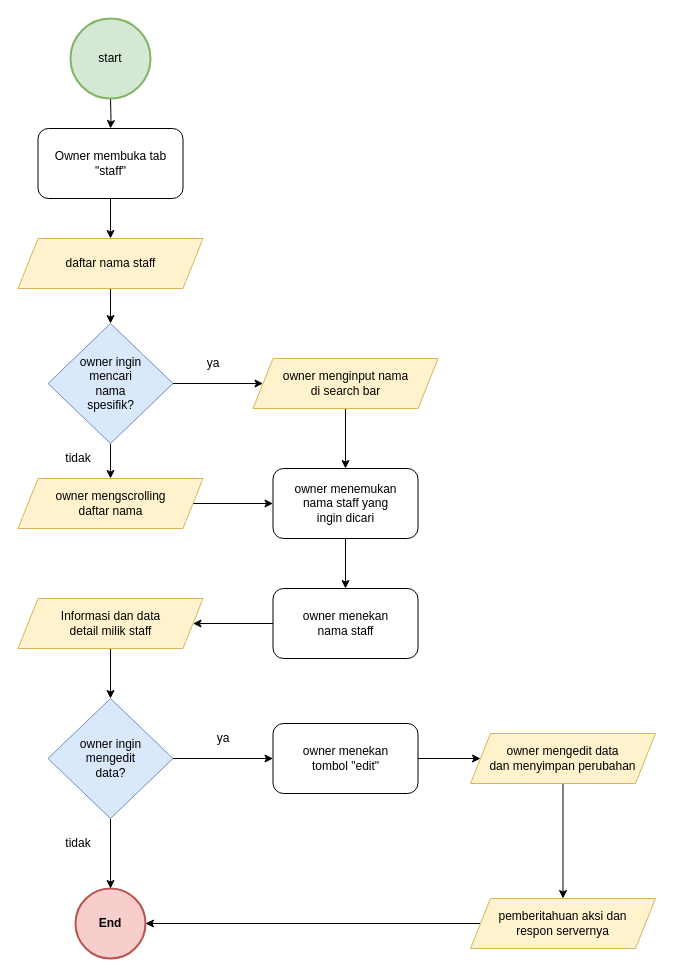
Above: diagrams/user_flow/owner_lihat_edit_data_staff.drawio in SynergyStudioBandung/synergy_studio_docs (draw.io), before the change. Source tidied: cells renumbered, new cells numbered last; positions are measured from the earlier drawing's top-left corner, leaving out a move shared by most shapes. Both pictures are drawn from the tidied source at 100%, with x=0, y=0 at pixel (18, 18).
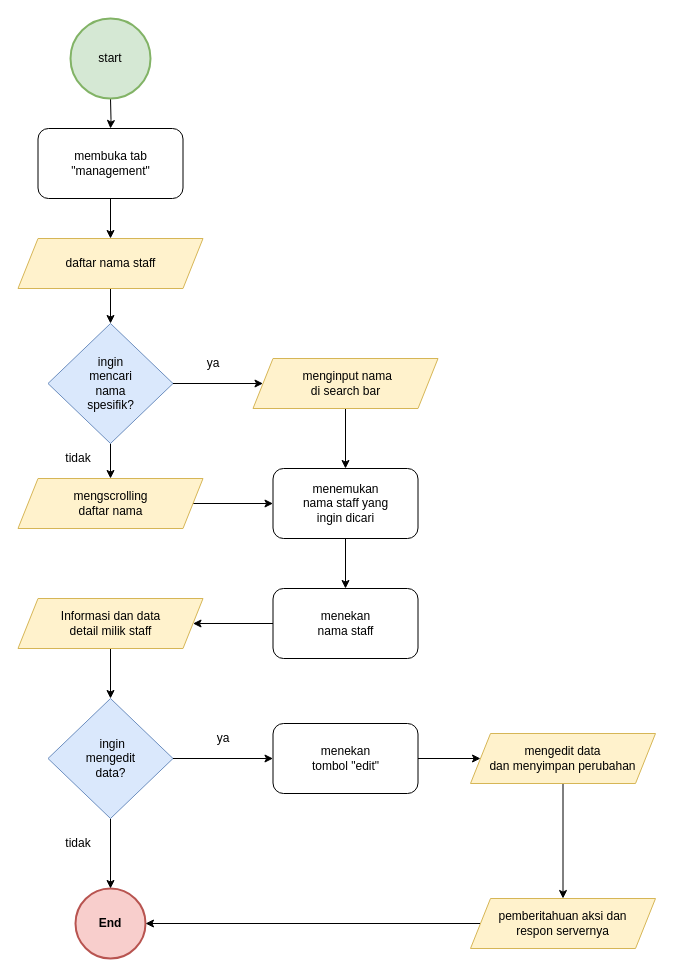
Above is the later version.

The edit, as a diff of the source:
```diff
@@
-    <mxCell id="6" value="owner ingin&lt;br&gt;mencari&lt;br&gt;nama&lt;br&gt;spesifik?" style="rhombus;whiteSpace=wrap;html=1;fillColor=#dae8fc;strokeColor=#6c8ebf;" parent="1" vertex="1">
+    <mxCell id="6" value="ingin&lt;br&gt;mencari&lt;br&gt;nama&lt;br&gt;spesifik?" style="rhombus;whiteSpace=wrap;html=1;fillColor=#dae8fc;strokeColor=#6c8ebf;" parent="1" vertex="1">
       <mxGeometry x="29.5" y="305" width="125" height="120" as="geometry" />
     </mxCell>
@@
-    <mxCell id="8" value="owner menekan&lt;br&gt;nama staff" style="rounded=1;whiteSpace=wrap;html=1;fontSize=12;glass=0;strokeWidth=1;shadow=0;" parent="1" vertex="1">
+    <mxCell id="8" value="menekan&lt;br&gt;nama staff" style="rounded=1;whiteSpace=wrap;html=1;fontSize=12;glass=0;strokeWidth=1;shadow=0;" parent="1" vertex="1">
       <mxGeometry x="254.5" y="570" width="145" height="70" as="geometry" />
     </mxCell>
@@
-    <mxCell id="11" value="owner menginput nama&lt;br&gt;di search bar" style="shape=parallelogram;perimeter=parallelogramPerimeter;whiteSpace=wrap;html=1;fixedSize=1;strokeWidth=1;fillColor=#fff2cc;strokeColor=#d6b656;" parent="1" vertex="1">
+    <mxCell id="11" value="&amp;nbsp;menginput nama&lt;br&gt;di search bar" style="shape=parallelogram;perimeter=parallelogramPerimeter;whiteSpace=wrap;html=1;fixedSize=1;strokeWidth=1;fillColor=#fff2cc;strokeColor=#d6b656;" parent="1" vertex="1">
       <mxGeometry x="234.5" y="340" width="185" height="50" as="geometry" />
     </mxCell>
@@
-    <mxCell id="13" value="Owner membuka tab&lt;br&gt;&quot;staff&quot;" style="rounded=1;whiteSpace=wrap;html=1;fontSize=12;glass=0;strokeWidth=1;shadow=0;" parent="1" vertex="1">
+    <mxCell id="13" value="membuka tab&lt;br&gt;&quot;management&quot;" style="rounded=1;whiteSpace=wrap;html=1;fontSize=12;glass=0;strokeWidth=1;shadow=0;" parent="1" vertex="1">
       <mxGeometry x="19.5" y="110" width="145" height="70" as="geometry" />
     </mxCell>
@@
-    <mxCell id="15" value="owner menemukan&lt;br&gt;nama staff yang&lt;br&gt;ingin dicari" style="rounded=1;whiteSpace=wrap;html=1;fontSize=12;glass=0;strokeWidth=1;shadow=0;" parent="1" vertex="1">
+    <mxCell id="15" value="  menemukan&lt;br&gt;nama staff yang&lt;br&gt;ingin dicari" style="rounded=1;whiteSpace=wrap;html=1;fontSize=12;glass=0;strokeWidth=1;shadow=0;" parent="1" vertex="1">
       <mxGeometry x="254.5" y="450" width="145" height="70" as="geometry" />
     </mxCell>
@@
-    <mxCell id="17" value="owner mengscrolling&lt;br&gt;daftar nama" style="shape=parallelogram;perimeter=parallelogramPerimeter;whiteSpace=wrap;html=1;fixedSize=1;strokeWidth=1;fillColor=#fff2cc;strokeColor=#d6b656;" parent="1" vertex="1">
+    <mxCell id="17" value="  mengscrolling&lt;br&gt;daftar nama" style="shape=parallelogram;perimeter=parallelogramPerimeter;whiteSpace=wrap;html=1;fixedSize=1;strokeWidth=1;fillColor=#fff2cc;strokeColor=#d6b656;" parent="1" vertex="1">
       <mxGeometry x="-0.5" y="460" width="185" height="50" as="geometry" />
     </mxCell>
@@
-    <mxCell id="26" value="owner ingin&lt;br&gt;mengedit&lt;br&gt;data?" style="rhombus;whiteSpace=wrap;html=1;fillColor=#dae8fc;strokeColor=#6c8ebf;" parent="1" vertex="1">
+    <mxCell id="26" value="&amp;nbsp;ingin&lt;br&gt;mengedit&lt;br&gt;data?" style="rhombus;whiteSpace=wrap;html=1;fillColor=#dae8fc;strokeColor=#6c8ebf;" parent="1" vertex="1">
       <mxGeometry x="29.5" y="680" width="125" height="120" as="geometry" />
     </mxCell>
@@
-    <mxCell id="30" value="owner mengedit data&lt;br&gt;dan menyimpan perubahan" style="shape=parallelogram;perimeter=parallelogramPerimeter;whiteSpace=wrap;html=1;fixedSize=1;strokeWidth=1;fillColor=#fff2cc;strokeColor=#d6b656;" parent="1" vertex="1">
+    <mxCell id="30" value="  mengedit data&lt;br&gt;dan menyimpan perubahan" style="shape=parallelogram;perimeter=parallelogramPerimeter;whiteSpace=wrap;html=1;fixedSize=1;strokeWidth=1;fillColor=#fff2cc;strokeColor=#d6b656;" parent="1" vertex="1">
       <mxGeometry x="452" y="715" width="185" height="50" as="geometry" />
     </mxCell>
@@
-    <mxCell id="32" value="owner menekan&lt;br&gt;tombol &quot;edit&quot;" style="rounded=1;whiteSpace=wrap;html=1;fontSize=12;glass=0;strokeWidth=1;shadow=0;" parent="1" vertex="1">
+    <mxCell id="32" value="  menekan&lt;br&gt;tombol &quot;edit&quot;" style="rounded=1;whiteSpace=wrap;html=1;fontSize=12;glass=0;strokeWidth=1;shadow=0;" parent="1" vertex="1">
       <mxGeometry x="254.5" y="705" width="145" height="70" as="geometry" />
     </mxCell>
```
